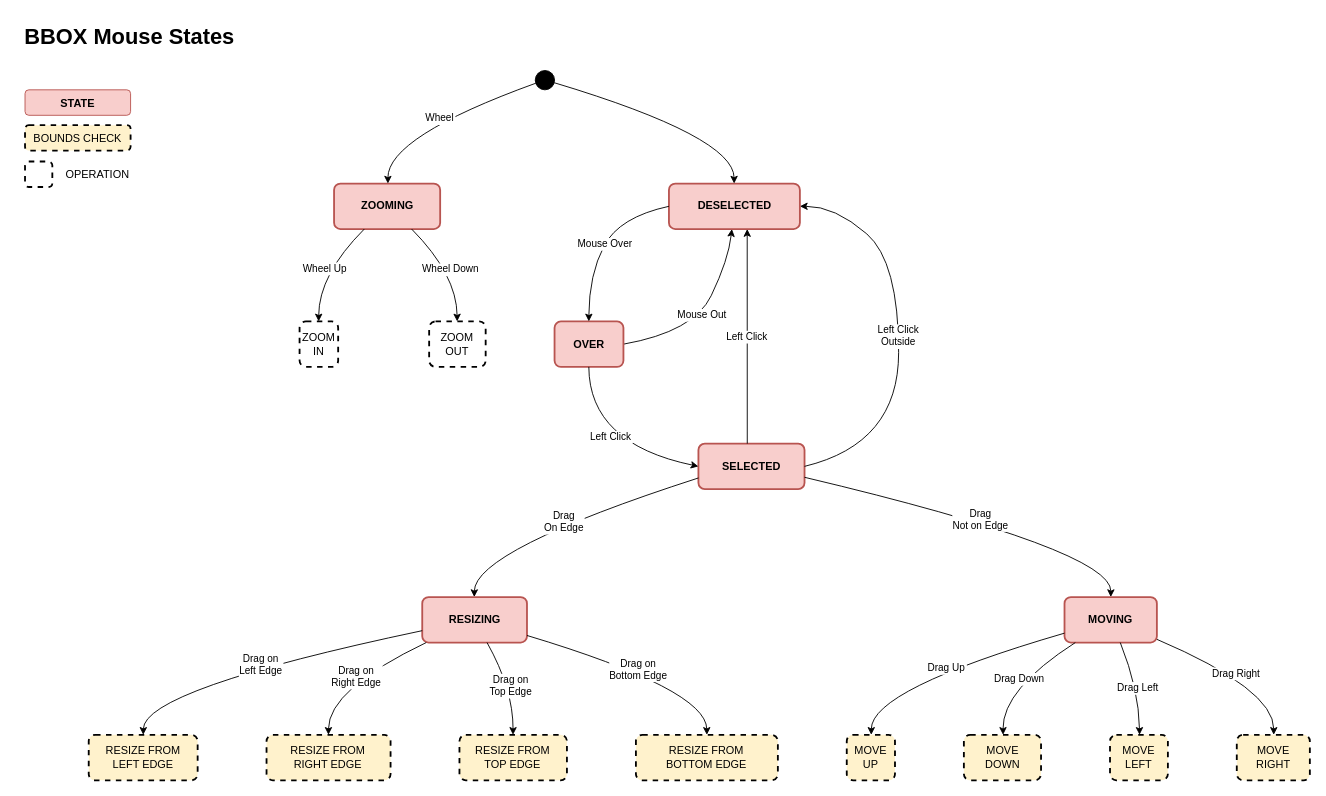
Before: resources/notes/BBOX-state-diag-mouse.drawio in grymmjack/img2ans, a draw.io diagram. Source tidied: cells renumbered, new cells numbered last; positions are measured from the earlier drawing's top-left corner, leaving out a move shared by most shapes. Both pictures are drawn from the tidied source at 91%, with x=0, y=0 at pixel (15, 15).
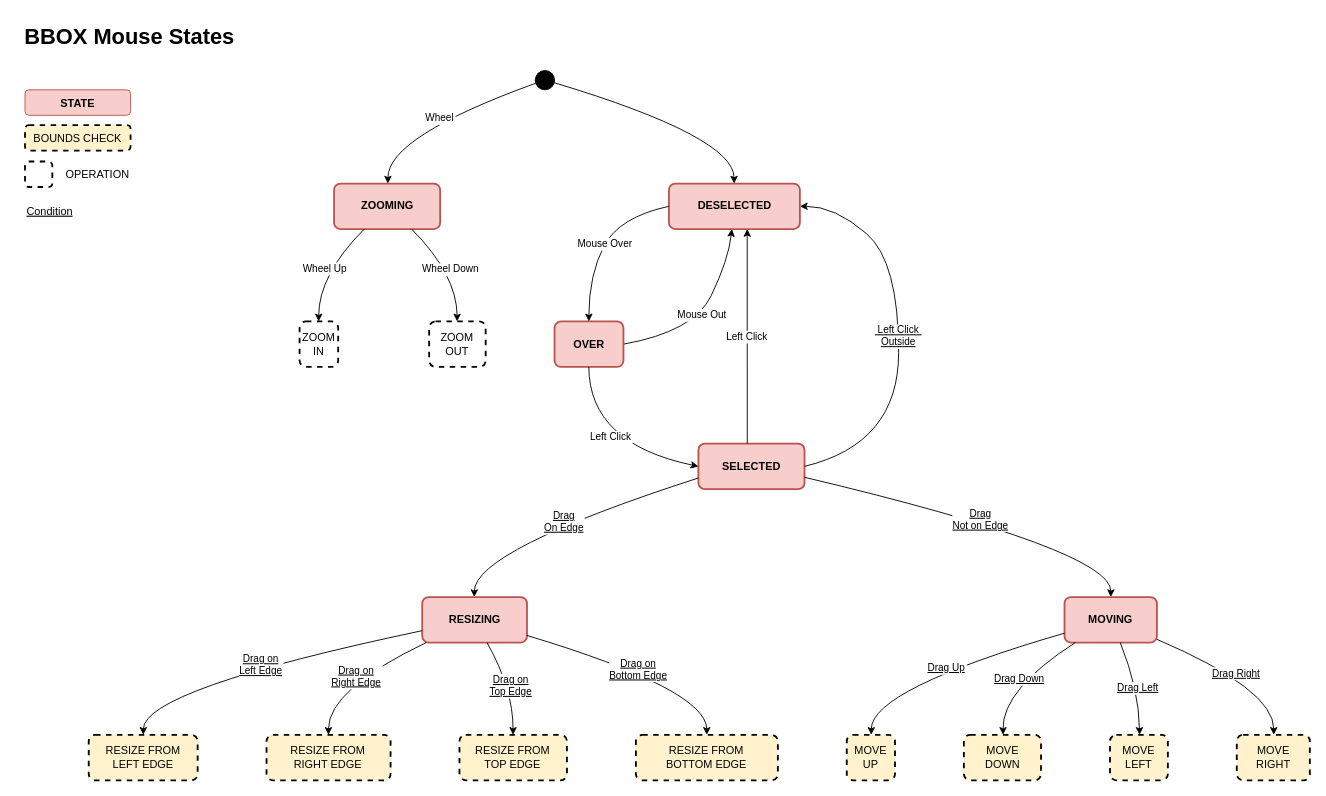
After the change.

Commit message:
Updated BBOX Mouse States - think final

Unchanged cells that the change refers to:
```xml
<mxCell id="3" style="group;" parent="1" vertex="1">
  <mxGeometry x="80" y="60" width="1341.9" height="780" as="geometry" />
</mxCell>
<mxCell id="8" value="DESELECTED" style="rounded=1;absoluteArcSize=1;arcSize=14;whiteSpace=wrap;strokeWidth=2;fillColor=#f8cecc;strokeColor=#b85450;fontStyle=1;" parent="3" vertex="1">
  <mxGeometry x="637.6" y="124.2" width="143.9" height="50" as="geometry" />
</mxCell>
<mxCell id="11" value="SELECTED" style="rounded=1;absoluteArcSize=1;arcSize=14;whiteSpace=wrap;strokeWidth=2;fillColor=#f8cecc;strokeColor=#b85450;fontStyle=1;" parent="3" vertex="1">
  <mxGeometry x="670" y="410" width="116.6" height="50" as="geometry" />
</mxCell>
<mxCell id="12" value="RESIZING" style="rounded=1;absoluteArcSize=1;arcSize=14;whiteSpace=wrap;strokeWidth=2;fillColor=#f8cecc;strokeColor=#b85450;fontStyle=1;" parent="3" vertex="1">
  <mxGeometry x="366.5" y="578.6" width="115.1" height="50" as="geometry" />
</mxCell>
<mxCell id="13" value="MOVING" style="rounded=1;absoluteArcSize=1;arcSize=14;whiteSpace=wrap;strokeWidth=2;fillColor=#f8cecc;strokeColor=#b85450;fontStyle=1;" parent="3" vertex="1">
  <mxGeometry x="1072.3" y="578.6" width="101.5" height="50" as="geometry" />
</mxCell>
<mxCell id="14" value="RESIZE FROM&#10;LEFT EDGE" style="rounded=1;absoluteArcSize=1;arcSize=14;whiteSpace=wrap;strokeWidth=2;fillColor=#fff2cc;strokeColor=#000000;dashed=1;" parent="3" vertex="1">
  <mxGeometry y="730" width="119.7" height="50" as="geometry" />
</mxCell>
<mxCell id="15" value="RESIZE FROM&#10;RIGHT EDGE" style="rounded=1;absoluteArcSize=1;arcSize=14;whiteSpace=wrap;strokeWidth=2;fillColor=#fff2cc;strokeColor=#000000;dashed=1;" parent="3" vertex="1">
  <mxGeometry x="195.4" y="730" width="136.3" height="50" as="geometry" />
</mxCell>
<mxCell id="16" value="RESIZE FROM&#10;TOP EDGE" style="rounded=1;absoluteArcSize=1;arcSize=14;whiteSpace=wrap;strokeWidth=2;fillColor=#fff2cc;strokeColor=#000000;dashed=1;" parent="3" vertex="1">
  <mxGeometry x="407.4" y="730" width="118.1" height="50" as="geometry" />
</mxCell>
<mxCell id="17" value="RESIZE FROM&#10;BOTTOM EDGE" style="rounded=1;absoluteArcSize=1;arcSize=14;whiteSpace=wrap;strokeWidth=2;fillColor=#fff2cc;strokeColor=#000000;dashed=1;" parent="3" vertex="1">
  <mxGeometry x="601.3" y="730" width="156" height="50" as="geometry" />
</mxCell>
<mxCell id="18" value="MOVE&#10;UP" style="rounded=1;absoluteArcSize=1;arcSize=14;whiteSpace=wrap;strokeWidth=2;fillColor=#fff2cc;strokeColor=#000000;dashed=1;" parent="3" vertex="1">
  <mxGeometry x="833" y="730" width="53" height="50" as="geometry" />
</mxCell>
<mxCell id="19" value="MOVE&#10;DOWN" style="rounded=1;absoluteArcSize=1;arcSize=14;whiteSpace=wrap;strokeWidth=2;fillColor=#fff2cc;strokeColor=#000000;dashed=1;" parent="3" vertex="1">
  <mxGeometry x="961.7" y="730" width="84.8" height="50" as="geometry" />
</mxCell>
<mxCell id="20" value="MOVE&#10;LEFT" style="rounded=1;absoluteArcSize=1;arcSize=14;whiteSpace=wrap;strokeWidth=2;fillColor=#fff2cc;strokeColor=#000000;dashed=1;" parent="3" vertex="1">
  <mxGeometry x="1122.3" y="730" width="63.6" height="50" as="geometry" />
</mxCell>
<mxCell id="21" value="MOVE&#10;RIGHT" style="rounded=1;absoluteArcSize=1;arcSize=14;whiteSpace=wrap;strokeWidth=2;fillColor=#fff2cc;strokeColor=#000000;dashed=1;" parent="3" vertex="1">
  <mxGeometry x="1261.6" y="730" width="80.3" height="50" as="geometry" />
</mxCell>
```

Diff of the diagram source:
```diff
@@
-    <mxCell id="29" value=" Left Click &#10;Outside" style="curved=1;startArrow=none;exitX=1;exitY=0.5;entryX=1;entryY=0.5;rounded=0;entryDx=0;entryDy=0;labelBorderColor=none;spacing=2;shadow=0;spacingTop=0;spacingBottom=0;exitDx=0;exitDy=0;" parent="3" edge="1" source="11" target="8">
+    <mxCell id="29" value=" Left Click &#10;Outside" style="curved=1;startArrow=none;exitX=1;exitY=0.5;entryX=1;entryY=0.5;rounded=0;entryDx=0;entryDy=0;labelBorderColor=none;spacing=2;shadow=0;spacingTop=0;spacingBottom=0;exitDx=0;exitDy=0;fontStyle=4;" parent="3" edge="1" source="11" target="8">
       <mxGeometry x="0.03" relative="1" as="geometry">
         <Array as="points">
           <mxPoint x="890" y="410" />
           <mxPoint x="890" y="210" />
           <mxPoint x="820" y="149" />
         </Array>
       </mxGeometry>
     </mxCell>
-    <mxCell id="30" value="Drag &#10;On Edge" style="curved=1;startArrow=none;exitX=0.005032465055391386;exitY=0.7520374515698801;entryX=0.49673622532894735;entryY=0.006060513583096591;rounded=0;" parent="3" edge="1" source="11" target="12">
+    <mxCell id="30" value="Drag &#10;On Edge" style="curved=1;startArrow=none;exitX=0.005032465055391386;exitY=0.7520374515698801;entryX=0.49673622532894735;entryY=0.006060513583096591;rounded=0;fontStyle=4;" parent="3" edge="1" source="11" target="12">
       <mxGeometry relative="1" as="geometry">
         <Array as="points">
           <mxPoint x="424.1" y="527.1" />
         </Array>
       </mxGeometry>
     </mxCell>
-    <mxCell id="31" value="Drag&#10;Not on Edge" style="curved=1;startArrow=none;exitX=1.008603913443429;exitY=0.7440274155145826;entryX=0.5011543871751473;entryY=0.006060513583096591;rounded=0;" parent="3" edge="1" source="11" target="13">
+    <mxCell id="31" value="Drag&#10;Not on Edge" style="curved=1;startArrow=none;exitX=1.008603913443429;exitY=0.7440274155145826;entryX=0.5011543871751473;entryY=0.006060513583096591;rounded=0;fontStyle=4;" parent="3" edge="1" source="11" target="13">
       <mxGeometry relative="1" as="geometry">
         <Array as="points">
           <mxPoint x="1123.8" y="527.1" />
         </Array>
       </mxGeometry>
     </mxCell>
-    <mxCell id="32" value="Drag on&#10;Left Edge" style="curved=1;startArrow=none;exitX=-0.005648663169459293;exitY=0.7413033209758065;entryX=0.5003955696202531;entryY=0.0121210849646366;rounded=0;" parent="3" edge="1" source="12" target="14">
+    <mxCell id="32" value="Drag on&#10;Left Edge" style="curved=1;startArrow=none;exitX=-0.005648663169459293;exitY=0.7413033209758065;entryX=0.5003955696202531;entryY=0.0121210849646366;rounded=0;fontStyle=4;" parent="3" edge="1" source="12" target="14">
       <mxGeometry relative="1" as="geometry">
         <Array as="points">
           <mxPoint x="60.6" y="680" />
         </Array>
       </mxGeometry>
     </mxCell>
-    <mxCell id="33" value="Drag on&#10;Right Edge" style="curved=1;startArrow=none;exitX=0.043700379301194026;exitY=0.9939392552231298;entryX=0.49916665818956163;entryY=0.0121210849646366;rounded=0;" parent="3" edge="1" source="12" target="15">
+    <mxCell id="33" value="Drag on&#10;Right Edge" style="curved=1;startArrow=none;exitX=0.043700379301194026;exitY=0.9939392552231298;entryX=0.49916665818956163;entryY=0.0121210849646366;rounded=0;fontStyle=4;" parent="3" edge="1" source="12" target="15">
       <mxGeometry relative="1" as="geometry">
         <Array as="points">
           <mxPoint x="263.5" y="680" />
         </Array>
       </mxGeometry>
     </mxCell>
-    <mxCell id="34" value="Drag on&#10;Top Edge" style="curved=1;startArrow=none;exitX=0.6171285059891753;exitY=0.9939392552231298;entryX=0.4983974358974359;entryY=0.0121210849646366;rounded=0;" parent="3" edge="1" source="12" target="16">
+    <mxCell id="34" value="Drag on&#10;Top Edge" style="curved=1;startArrow=none;exitX=0.6171285059891753;exitY=0.9939392552231298;entryX=0.4983974358974359;entryY=0.0121210849646366;rounded=0;fontStyle=4;" parent="3" edge="1" source="12" target="16">
       <mxGeometry relative="1" as="geometry">
         <Array as="points">
           <mxPoint x="466.5" y="680" />
         </Array>
       </mxGeometry>
     </mxCell>
-    <mxCell id="35" value="Drag on&#10;Bottom Edge" style="curved=1;startArrow=none;exitX=0.999121113827354;exitY=0.8435192835638439;entryX=0.49993933520270784;entryY=0.0121210849646366;rounded=0;" parent="3" edge="1" source="12" target="17">
+    <mxCell id="35" value="Drag on&#10;Bottom Edge" style="curved=1;startArrow=none;exitX=0.999121113827354;exitY=0.8435192835638439;entryX=0.49993933520270784;entryY=0.0121210849646366;rounded=0;fontStyle=4;" parent="3" edge="1" source="12" target="17">
       <mxGeometry relative="1" as="geometry">
         <Array as="points">
           <mxPoint x="678.5" y="680" />
         </Array>
       </mxGeometry>
     </mxCell>
-    <mxCell id="36" value="Drag Up" style="curved=1;startArrow=none;exitX=0.00423273399694642;exitY=0.7907929406985711;entryX=0.5073214939662388;entryY=0.0121210849646366;rounded=0;" parent="3" edge="1" source="13" target="18">
+    <mxCell id="36" value="Drag Up" style="curved=1;startArrow=none;exitX=0.00423273399694642;exitY=0.7907929406985711;entryX=0.5073214939662388;entryY=0.0121210849646366;rounded=0;fontStyle=4;" parent="3" edge="1" source="13" target="18">
       <mxGeometry relative="1" as="geometry">
         <Array as="points">
           <mxPoint x="860.3" y="680" />
         </Array>
       </mxGeometry>
     </mxCell>
-    <mxCell id="37" value="Drag Down" style="curved=1;startArrow=none;exitX=0.12174082657667672;exitY=0.9939392552231298;entryX=0.5079241480146136;entryY=0.0121210849646366;rounded=0;" parent="3" edge="1" source="13" target="19">
+    <mxCell id="37" value="Drag Down" style="curved=1;startArrow=none;exitX=0.12174082657667672;exitY=0.9939392552231298;entryX=0.5079241480146136;entryY=0.0121210849646366;rounded=0;fontStyle=4;" parent="3" edge="1" source="13" target="19">
       <mxGeometry relative="1" as="geometry">
         <Array as="points">
           <mxPoint x="1004.2" y="680" />
         </Array>
       </mxGeometry>
     </mxCell>
-    <mxCell id="38" value="Drag Left" style="curved=1;startArrow=none;exitX=0.6023707986872802;exitY=0.9939392552231298;entryX=0.5100260689145043;entryY=0.0121210849646366;rounded=0;" parent="3" edge="1" source="13" target="20">
+    <mxCell id="38" value="Drag Left" style="curved=1;startArrow=none;exitX=0.6023707986872802;exitY=0.9939392552231298;entryX=0.5100260689145043;entryY=0.0121210849646366;rounded=0;fontStyle=4;" parent="3" edge="1" source="13" target="20">
       <mxGeometry relative="1" as="geometry">
         <Array as="points">
           <mxPoint x="1154.1" y="680" />
         </Array>
       </mxGeometry>
     </mxCell>
-    <mxCell id="39" value="Drag Right" style="curved=1;startArrow=none;exitX=0.998076040353348;exitY=0.9275657353729712;entryX=0.5055719411598062;entryY=0.0121210849646366;rounded=0;" parent="3" edge="1" source="13" target="21">
+    <mxCell id="39" value="Drag Right" style="curved=1;startArrow=none;exitX=0.998076040353348;exitY=0.9275657353729712;entryX=0.5055719411598062;entryY=0.0121210849646366;rounded=0;fontStyle=4;" parent="3" edge="1" source="13" target="21">
       <mxGeometry relative="1" as="geometry">
         <Array as="points">
           <mxPoint x="1302.5" y="680" />
         </Array>
       </mxGeometry>
     </mxCell>
@@
+    <mxCell id="44" value="Condition" style="rounded=1;dashed=1;strokeWidth=2;strokeColor=none;align=left;fillColor=none;fontStyle=4;" parent="1" vertex="1">
+      <mxGeometry x="10" y="200" width="97" height="28" as="geometry" />
+    </mxCell>
```
